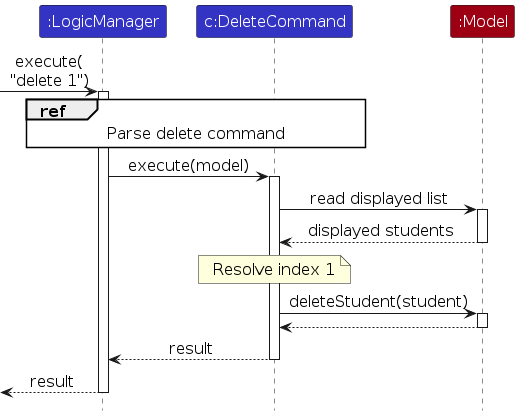
AY2627S1-CS2103T-T16-1/tp keeps this PlantUML diagram as diagrams/DeleteExecutionSequence.png. Above is the earlier version. Its source is kept beside it as diagrams/DeleteExecutionSequence.puml.
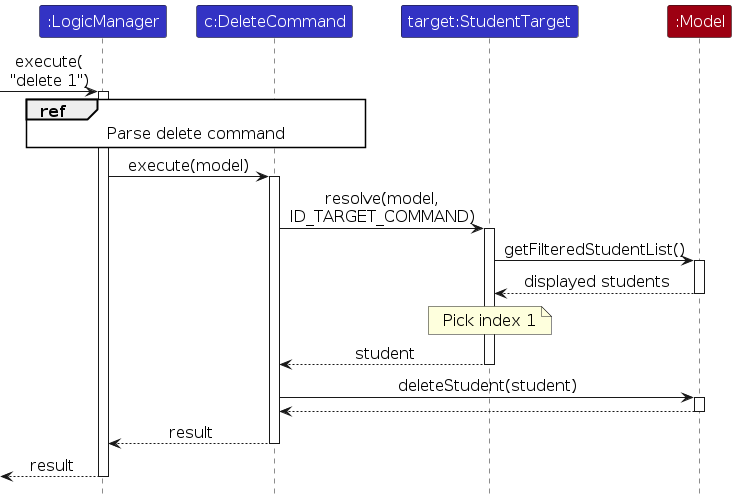
The same file after the commit.

Change to the diagram source:
```diff
@@ -6,6 +6,7 @@
 
 participant ":LogicManager" as logic LOGIC_COLOR
 participant "c:DeleteCommand" as command LOGIC_COLOR
+participant "target:StudentTarget" as target LOGIC_COLOR
 participant ":Model" as model MODEL_COLOR
 
 [-> logic : execute(\n"delete 1")
@@ -15,11 +16,15 @@
 end ref
 logic -> command : execute(model)
 activate command
-command -> model : read displayed list
+command -> target : resolve(model,\nID_TARGET_COMMAND)
+activate target
+target -> model : getFilteredStudentList()
 activate model
-model --> command : displayed students
+model --> target : displayed students
 deactivate model
-note over command : Resolve index 1
+note over target : Pick index 1
+target --> command : student
+deactivate target
 command -> model : deleteStudent(student)
 activate model
 model --> command
```
